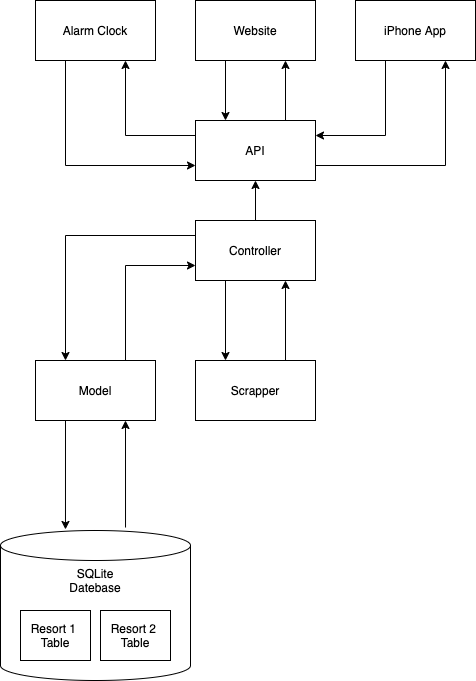
Above: diagrams/main-layout.png in hi2gage/snow-report-api (draw.io), before the change. Source tidied: cells renumbered, new cells last; positions are measured from the earlier drawing's top-left corner, leaving out a move shared by most shapes. The source it was exported from:
```xml
<mxGraphModel>
  <root>
    <mxCell id="0" />
    <mxCell id="1" parent="0" />
    <mxCell id="2" style="group;" parent="1" vertex="1">
      <mxGeometry y="530" width="190" height="150" as="geometry" />
    </mxCell>
    <mxCell id="3" value="SQLite&lt;br&gt;Datebase" style="shape=cylinder3;whiteSpace=wrap;html=1;boundedLbl=1;backgroundOutline=1;size=15;verticalAlign=top;" parent="2" vertex="1">
      <mxGeometry width="190" height="150" as="geometry" />
    </mxCell>
    <mxCell id="4" value="Resort 1 &lt;br&gt;Table" style="rounded=0;whiteSpace=wrap;html=1;" parent="2" vertex="1">
      <mxGeometry x="20" y="80" width="70" height="50" as="geometry" />
    </mxCell>
    <mxCell id="5" value="Resort 2&amp;nbsp;&lt;br&gt;Table" style="rounded=0;whiteSpace=wrap;html=1;" parent="2" vertex="1">
      <mxGeometry x="100" y="80" width="70" height="50" as="geometry" />
    </mxCell>
    <mxCell id="6" style="edgeStyle=orthogonalEdgeStyle;rounded=0;jettySize=auto;html=1;exitX=0.5;exitY=0;exitDx=0;exitDy=0;entryX=0.5;entryY=1;entryDx=0;entryDy=0;fontColor=#33FF33;" parent="1" edge="1" source="12" target="9">
      <mxGeometry relative="1" as="geometry" />
    </mxCell>
    <mxCell id="7" style="edgeStyle=orthogonalEdgeStyle;rounded=0;jettySize=auto;html=1;exitX=0;exitY=0.25;exitDx=0;exitDy=0;entryX=0.75;entryY=1;entryDx=0;entryDy=0;fontColor=#33FF33;" parent="1" edge="1" source="9" target="20">
      <mxGeometry relative="1" as="geometry" />
    </mxCell>
    <mxCell id="8" style="edgeStyle=orthogonalEdgeStyle;rounded=0;jettySize=auto;html=1;exitX=1;exitY=0.75;exitDx=0;exitDy=0;entryX=0.75;entryY=1;entryDx=0;entryDy=0;fontColor=#33FF33;" parent="1" edge="1" source="9" target="25">
      <mxGeometry relative="1" as="geometry" />
    </mxCell>
    <mxCell id="9" value="API" style="rounded=0;whiteSpace=wrap;html=1;" parent="1" vertex="1">
      <mxGeometry x="195" y="120" width="120" height="60" as="geometry" />
    </mxCell>
    <mxCell id="10" style="edgeStyle=orthogonalEdgeStyle;rounded=0;jettySize=auto;html=1;exitX=0;exitY=0.25;exitDx=0;exitDy=0;entryX=0.25;entryY=0;entryDx=0;entryDy=0;fontColor=#33FF33;" parent="1" edge="1" source="12" target="15">
      <mxGeometry relative="1" as="geometry" />
    </mxCell>
    <mxCell id="11" style="edgeStyle=orthogonalEdgeStyle;rounded=0;jettySize=auto;html=1;exitX=0.25;exitY=1;exitDx=0;exitDy=0;entryX=0.25;entryY=0;entryDx=0;entryDy=0;" parent="1" edge="1" source="12" target="17">
      <mxGeometry relative="1" as="geometry" />
    </mxCell>
    <mxCell id="12" value="Controller" style="rounded=0;whiteSpace=wrap;html=1;" parent="1" vertex="1">
      <mxGeometry x="195" y="220" width="120" height="60" as="geometry" />
    </mxCell>
    <mxCell id="13" style="edgeStyle=orthogonalEdgeStyle;rounded=0;jettySize=auto;html=1;exitX=0.75;exitY=0;exitDx=0;exitDy=0;entryX=0;entryY=0.75;entryDx=0;entryDy=0;" parent="1" edge="1" source="15" target="12">
      <mxGeometry relative="1" as="geometry" />
    </mxCell>
    <mxCell id="14" style="edgeStyle=orthogonalEdgeStyle;rounded=0;jettySize=auto;html=1;exitX=0.25;exitY=1;exitDx=0;exitDy=0;entryX=0.342;entryY=-0.007;entryDx=0;entryDy=0;entryPerimeter=0;fontColor=#33FF33;" parent="1" edge="1" source="15" target="3">
      <mxGeometry relative="1" as="geometry" />
    </mxCell>
    <mxCell id="15" value="Model" style="rounded=0;whiteSpace=wrap;html=1;" parent="1" vertex="1">
      <mxGeometry x="35" y="360" width="120" height="60" as="geometry" />
    </mxCell>
    <mxCell id="16" style="edgeStyle=orthogonalEdgeStyle;rounded=0;jettySize=auto;html=1;exitX=0.75;exitY=0;exitDx=0;exitDy=0;entryX=0.75;entryY=1;entryDx=0;entryDy=0;" parent="1" edge="1" source="17" target="12">
      <mxGeometry relative="1" as="geometry" />
    </mxCell>
    <mxCell id="17" value="Scrapper" style="rounded=0;whiteSpace=wrap;html=1;" parent="1" vertex="1">
      <mxGeometry x="195" y="360" width="120" height="60" as="geometry" />
    </mxCell>
    <mxCell id="18" style="edgeStyle=orthogonalEdgeStyle;rounded=0;jettySize=auto;html=1;exitX=0.658;exitY=-0.02;exitDx=0;exitDy=0;entryX=0.75;entryY=1;entryDx=0;entryDy=0;fontColor=#33FF33;exitPerimeter=0;" parent="1" edge="1" source="3" target="15">
      <mxGeometry relative="1" as="geometry" />
    </mxCell>
    <mxCell id="19" style="edgeStyle=orthogonalEdgeStyle;rounded=0;jettySize=auto;html=1;exitX=0.25;exitY=1;exitDx=0;exitDy=0;entryX=0;entryY=0.75;entryDx=0;entryDy=0;fontColor=#33FF33;" parent="1" edge="1" source="20" target="9">
      <mxGeometry relative="1" as="geometry" />
    </mxCell>
    <mxCell id="20" value="Alarm Clock" style="rounded=0;whiteSpace=wrap;html=1;" parent="1" vertex="1">
      <mxGeometry x="35" width="120" height="60" as="geometry" />
    </mxCell>
    <mxCell id="21" style="edgeStyle=orthogonalEdgeStyle;rounded=0;jettySize=auto;html=1;exitX=0.25;exitY=1;exitDx=0;exitDy=0;entryX=0.25;entryY=0;entryDx=0;entryDy=0;fontColor=#33FF33;" parent="1" edge="1" source="23" target="9">
      <mxGeometry relative="1" as="geometry" />
    </mxCell>
    <mxCell id="22" style="edgeStyle=orthogonalEdgeStyle;rounded=0;jettySize=auto;html=1;exitX=0.75;exitY=0;exitDx=0;exitDy=0;entryX=0.75;entryY=1;entryDx=0;entryDy=0;fontColor=#33FF33;" parent="1" edge="1" source="9" target="23">
      <mxGeometry relative="1" as="geometry" />
    </mxCell>
    <mxCell id="23" value="Website" style="rounded=0;whiteSpace=wrap;html=1;" parent="1" vertex="1">
      <mxGeometry x="195" width="120" height="60" as="geometry" />
    </mxCell>
    <mxCell id="24" style="edgeStyle=orthogonalEdgeStyle;rounded=0;jettySize=auto;html=1;exitX=0.25;exitY=1;exitDx=0;exitDy=0;entryX=1;entryY=0.25;entryDx=0;entryDy=0;fontColor=#33FF33;" parent="1" edge="1" source="25" target="9">
      <mxGeometry relative="1" as="geometry" />
    </mxCell>
    <mxCell id="25" value="iPhone App" style="rounded=0;whiteSpace=wrap;html=1;" parent="1" vertex="1">
      <mxGeometry x="355" width="120" height="60" as="geometry" />
    </mxCell>
  </root>
</mxGraphModel>
```
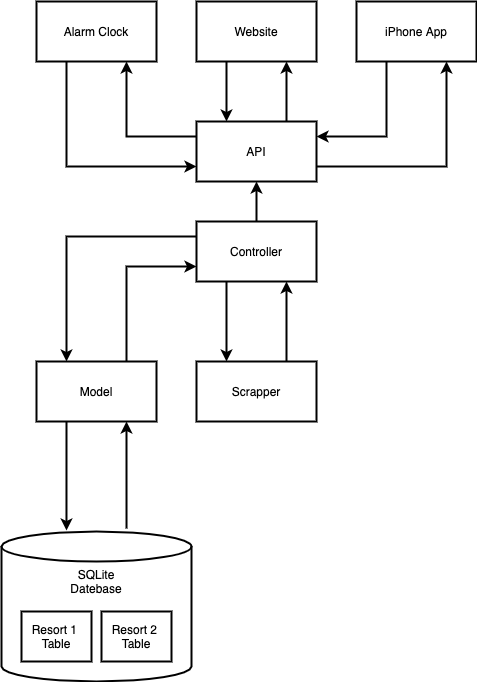
The same file after the commit.

Diff of the diagram source:
```diff
@@ -2,76 +2,76 @@
   <root>
     <mxCell id="0" />
     <mxCell id="1" parent="0" />
-    <mxCell id="2" style="group;" parent="1" vertex="1">
+    <mxCell id="2" style="group;strokeWidth=2;" parent="1" vertex="1">
       <mxGeometry y="530" width="190" height="150" as="geometry" />
     </mxCell>
-    <mxCell id="3" value="SQLite&lt;br&gt;Datebase" style="shape=cylinder3;whiteSpace=wrap;html=1;boundedLbl=1;backgroundOutline=1;size=15;verticalAlign=top;" parent="2" vertex="1">
+    <mxCell id="3" value="SQLite&lt;br&gt;Datebase" style="shape=cylinder3;whiteSpace=wrap;html=1;boundedLbl=1;backgroundOutline=1;size=15;verticalAlign=top;strokeWidth=2;" parent="2" vertex="1">
       <mxGeometry width="190" height="150" as="geometry" />
     </mxCell>
-    <mxCell id="4" value="Resort 1 &lt;br&gt;Table" style="rounded=0;whiteSpace=wrap;html=1;" parent="2" vertex="1">
+    <mxCell id="4" value="Resort 1 &lt;br&gt;Table" style="rounded=0;whiteSpace=wrap;html=1;strokeWidth=2;" parent="2" vertex="1">
       <mxGeometry x="20" y="80" width="70" height="50" as="geometry" />
     </mxCell>
-    <mxCell id="5" value="Resort 2&amp;nbsp;&lt;br&gt;Table" style="rounded=0;whiteSpace=wrap;html=1;" parent="2" vertex="1">
+    <mxCell id="5" value="Resort 2&amp;nbsp;&lt;br&gt;Table" style="rounded=0;whiteSpace=wrap;html=1;strokeWidth=2;" parent="2" vertex="1">
       <mxGeometry x="100" y="80" width="70" height="50" as="geometry" />
     </mxCell>
-    <mxCell id="6" style="edgeStyle=orthogonalEdgeStyle;rounded=0;jettySize=auto;html=1;exitX=0.5;exitY=0;exitDx=0;exitDy=0;entryX=0.5;entryY=1;entryDx=0;entryDy=0;fontColor=#33FF33;" parent="1" edge="1" source="12" target="9">
+    <mxCell id="6" style="edgeStyle=orthogonalEdgeStyle;rounded=0;jettySize=auto;html=1;exitX=0.5;exitY=0;exitDx=0;exitDy=0;entryX=0.5;entryY=1;entryDx=0;entryDy=0;fontColor=#33FF33;strokeWidth=2;" parent="1" edge="1" source="12" target="9">
       <mxGeometry relative="1" as="geometry" />
     </mxCell>
-    <mxCell id="7" style="edgeStyle=orthogonalEdgeStyle;rounded=0;jettySize=auto;html=1;exitX=0;exitY=0.25;exitDx=0;exitDy=0;entryX=0.75;entryY=1;entryDx=0;entryDy=0;fontColor=#33FF33;" parent="1" edge="1" source="9" target="20">
+    <mxCell id="7" style="edgeStyle=orthogonalEdgeStyle;rounded=0;jettySize=auto;html=1;exitX=0;exitY=0.25;exitDx=0;exitDy=0;entryX=0.75;entryY=1;entryDx=0;entryDy=0;fontColor=#33FF33;strokeWidth=2;" parent="1" edge="1" source="9" target="20">
       <mxGeometry relative="1" as="geometry" />
     </mxCell>
-    <mxCell id="8" style="edgeStyle=orthogonalEdgeStyle;rounded=0;jettySize=auto;html=1;exitX=1;exitY=0.75;exitDx=0;exitDy=0;entryX=0.75;entryY=1;entryDx=0;entryDy=0;fontColor=#33FF33;" parent="1" edge="1" source="9" target="25">
+    <mxCell id="8" style="edgeStyle=orthogonalEdgeStyle;rounded=0;jettySize=auto;html=1;exitX=1;exitY=0.75;exitDx=0;exitDy=0;entryX=0.75;entryY=1;entryDx=0;entryDy=0;fontColor=#33FF33;strokeWidth=2;" parent="1" edge="1" source="9" target="25">
       <mxGeometry relative="1" as="geometry" />
     </mxCell>
-    <mxCell id="9" value="API" style="rounded=0;whiteSpace=wrap;html=1;" parent="1" vertex="1">
+    <mxCell id="9" value="API" style="rounded=0;whiteSpace=wrap;html=1;strokeWidth=2;" parent="1" vertex="1">
       <mxGeometry x="195" y="120" width="120" height="60" as="geometry" />
     </mxCell>
-    <mxCell id="10" style="edgeStyle=orthogonalEdgeStyle;rounded=0;jettySize=auto;html=1;exitX=0;exitY=0.25;exitDx=0;exitDy=0;entryX=0.25;entryY=0;entryDx=0;entryDy=0;fontColor=#33FF33;" parent="1" edge="1" source="12" target="15">
+    <mxCell id="10" style="edgeStyle=orthogonalEdgeStyle;rounded=0;jettySize=auto;html=1;exitX=0;exitY=0.25;exitDx=0;exitDy=0;entryX=0.25;entryY=0;entryDx=0;entryDy=0;fontColor=#33FF33;strokeWidth=2;" parent="1" edge="1" source="12" target="15">
       <mxGeometry relative="1" as="geometry" />
     </mxCell>
-    <mxCell id="11" style="edgeStyle=orthogonalEdgeStyle;rounded=0;jettySize=auto;html=1;exitX=0.25;exitY=1;exitDx=0;exitDy=0;entryX=0.25;entryY=0;entryDx=0;entryDy=0;" parent="1" edge="1" source="12" target="17">
+    <mxCell id="11" style="edgeStyle=orthogonalEdgeStyle;rounded=0;jettySize=auto;html=1;exitX=0.25;exitY=1;exitDx=0;exitDy=0;entryX=0.25;entryY=0;entryDx=0;entryDy=0;strokeWidth=2;" parent="1" edge="1" source="12" target="17">
       <mxGeometry relative="1" as="geometry" />
     </mxCell>
-    <mxCell id="12" value="Controller" style="rounded=0;whiteSpace=wrap;html=1;" parent="1" vertex="1">
+    <mxCell id="12" value="Controller" style="rounded=0;whiteSpace=wrap;html=1;strokeWidth=2;" parent="1" vertex="1">
       <mxGeometry x="195" y="220" width="120" height="60" as="geometry" />
     </mxCell>
-    <mxCell id="13" style="edgeStyle=orthogonalEdgeStyle;rounded=0;jettySize=auto;html=1;exitX=0.75;exitY=0;exitDx=0;exitDy=0;entryX=0;entryY=0.75;entryDx=0;entryDy=0;" parent="1" edge="1" source="15" target="12">
+    <mxCell id="13" style="edgeStyle=orthogonalEdgeStyle;rounded=0;jettySize=auto;html=1;exitX=0.75;exitY=0;exitDx=0;exitDy=0;entryX=0;entryY=0.75;entryDx=0;entryDy=0;strokeWidth=2;" parent="1" edge="1" source="15" target="12">
       <mxGeometry relative="1" as="geometry" />
     </mxCell>
-    <mxCell id="14" style="edgeStyle=orthogonalEdgeStyle;rounded=0;jettySize=auto;html=1;exitX=0.25;exitY=1;exitDx=0;exitDy=0;entryX=0.342;entryY=-0.007;entryDx=0;entryDy=0;entryPerimeter=0;fontColor=#33FF33;" parent="1" edge="1" source="15" target="3">
+    <mxCell id="14" style="edgeStyle=orthogonalEdgeStyle;rounded=0;jettySize=auto;html=1;exitX=0.25;exitY=1;exitDx=0;exitDy=0;entryX=0.342;entryY=-0.007;entryDx=0;entryDy=0;entryPerimeter=0;fontColor=#33FF33;strokeWidth=2;" parent="1" edge="1" source="15" target="3">
       <mxGeometry relative="1" as="geometry" />
     </mxCell>
-    <mxCell id="15" value="Model" style="rounded=0;whiteSpace=wrap;html=1;" parent="1" vertex="1">
+    <mxCell id="15" value="Model" style="rounded=0;whiteSpace=wrap;html=1;strokeWidth=2;" parent="1" vertex="1">
       <mxGeometry x="35" y="360" width="120" height="60" as="geometry" />
     </mxCell>
-    <mxCell id="16" style="edgeStyle=orthogonalEdgeStyle;rounded=0;jettySize=auto;html=1;exitX=0.75;exitY=0;exitDx=0;exitDy=0;entryX=0.75;entryY=1;entryDx=0;entryDy=0;" parent="1" edge="1" source="17" target="12">
+    <mxCell id="16" style="edgeStyle=orthogonalEdgeStyle;rounded=0;jettySize=auto;html=1;exitX=0.75;exitY=0;exitDx=0;exitDy=0;entryX=0.75;entryY=1;entryDx=0;entryDy=0;strokeWidth=2;" parent="1" edge="1" source="17" target="12">
       <mxGeometry relative="1" as="geometry" />
     </mxCell>
-    <mxCell id="17" value="Scrapper" style="rounded=0;whiteSpace=wrap;html=1;" parent="1" vertex="1">
+    <mxCell id="17" value="Scrapper" style="rounded=0;whiteSpace=wrap;html=1;strokeWidth=2;" parent="1" vertex="1">
       <mxGeometry x="195" y="360" width="120" height="60" as="geometry" />
     </mxCell>
-    <mxCell id="18" style="edgeStyle=orthogonalEdgeStyle;rounded=0;jettySize=auto;html=1;exitX=0.658;exitY=-0.02;exitDx=0;exitDy=0;entryX=0.75;entryY=1;entryDx=0;entryDy=0;fontColor=#33FF33;exitPerimeter=0;" parent="1" edge="1" source="3" target="15">
+    <mxCell id="18" style="edgeStyle=orthogonalEdgeStyle;rounded=0;jettySize=auto;html=1;exitX=0.658;exitY=-0.02;exitDx=0;exitDy=0;entryX=0.75;entryY=1;entryDx=0;entryDy=0;fontColor=#33FF33;exitPerimeter=0;strokeWidth=2;" parent="1" edge="1" source="3" target="15">
       <mxGeometry relative="1" as="geometry" />
     </mxCell>
-    <mxCell id="19" style="edgeStyle=orthogonalEdgeStyle;rounded=0;jettySize=auto;html=1;exitX=0.25;exitY=1;exitDx=0;exitDy=0;entryX=0;entryY=0.75;entryDx=0;entryDy=0;fontColor=#33FF33;" parent="1" edge="1" source="20" target="9">
+    <mxCell id="19" style="edgeStyle=orthogonalEdgeStyle;rounded=0;jettySize=auto;html=1;exitX=0.25;exitY=1;exitDx=0;exitDy=0;entryX=0;entryY=0.75;entryDx=0;entryDy=0;fontColor=#33FF33;strokeWidth=2;" parent="1" edge="1" source="20" target="9">
       <mxGeometry relative="1" as="geometry" />
     </mxCell>
-    <mxCell id="20" value="Alarm Clock" style="rounded=0;whiteSpace=wrap;html=1;" parent="1" vertex="1">
+    <mxCell id="20" value="Alarm Clock" style="rounded=0;whiteSpace=wrap;html=1;strokeWidth=2;" parent="1" vertex="1">
       <mxGeometry x="35" width="120" height="60" as="geometry" />
     </mxCell>
-    <mxCell id="21" style="edgeStyle=orthogonalEdgeStyle;rounded=0;jettySize=auto;html=1;exitX=0.25;exitY=1;exitDx=0;exitDy=0;entryX=0.25;entryY=0;entryDx=0;entryDy=0;fontColor=#33FF33;" parent="1" edge="1" source="23" target="9">
+    <mxCell id="21" style="edgeStyle=orthogonalEdgeStyle;rounded=0;jettySize=auto;html=1;exitX=0.25;exitY=1;exitDx=0;exitDy=0;entryX=0.25;entryY=0;entryDx=0;entryDy=0;fontColor=#33FF33;strokeWidth=2;" parent="1" edge="1" source="23" target="9">
       <mxGeometry relative="1" as="geometry" />
     </mxCell>
-    <mxCell id="22" style="edgeStyle=orthogonalEdgeStyle;rounded=0;jettySize=auto;html=1;exitX=0.75;exitY=0;exitDx=0;exitDy=0;entryX=0.75;entryY=1;entryDx=0;entryDy=0;fontColor=#33FF33;" parent="1" edge="1" source="9" target="23">
+    <mxCell id="22" style="edgeStyle=orthogonalEdgeStyle;rounded=0;jettySize=auto;html=1;exitX=0.75;exitY=0;exitDx=0;exitDy=0;entryX=0.75;entryY=1;entryDx=0;entryDy=0;fontColor=#33FF33;strokeWidth=2;" parent="1" edge="1" source="9" target="23">
       <mxGeometry relative="1" as="geometry" />
     </mxCell>
-    <mxCell id="23" value="Website" style="rounded=0;whiteSpace=wrap;html=1;" parent="1" vertex="1">
+    <mxCell id="23" value="Website" style="rounded=0;whiteSpace=wrap;html=1;strokeWidth=2;" parent="1" vertex="1">
       <mxGeometry x="195" width="120" height="60" as="geometry" />
     </mxCell>
-    <mxCell id="24" style="edgeStyle=orthogonalEdgeStyle;rounded=0;jettySize=auto;html=1;exitX=0.25;exitY=1;exitDx=0;exitDy=0;entryX=1;entryY=0.25;entryDx=0;entryDy=0;fontColor=#33FF33;" parent="1" edge="1" source="25" target="9">
+    <mxCell id="24" style="edgeStyle=orthogonalEdgeStyle;rounded=0;jettySize=auto;html=1;exitX=0.25;exitY=1;exitDx=0;exitDy=0;entryX=1;entryY=0.25;entryDx=0;entryDy=0;fontColor=#33FF33;strokeWidth=2;" parent="1" edge="1" source="25" target="9">
       <mxGeometry relative="1" as="geometry" />
     </mxCell>
-    <mxCell id="25" value="iPhone App" style="rounded=0;whiteSpace=wrap;html=1;" parent="1" vertex="1">
+    <mxCell id="25" value="iPhone App" style="rounded=0;whiteSpace=wrap;html=1;strokeWidth=2;" parent="1" vertex="1">
       <mxGeometry x="355" width="120" height="60" as="geometry" />
     </mxCell>
   </root>
```
